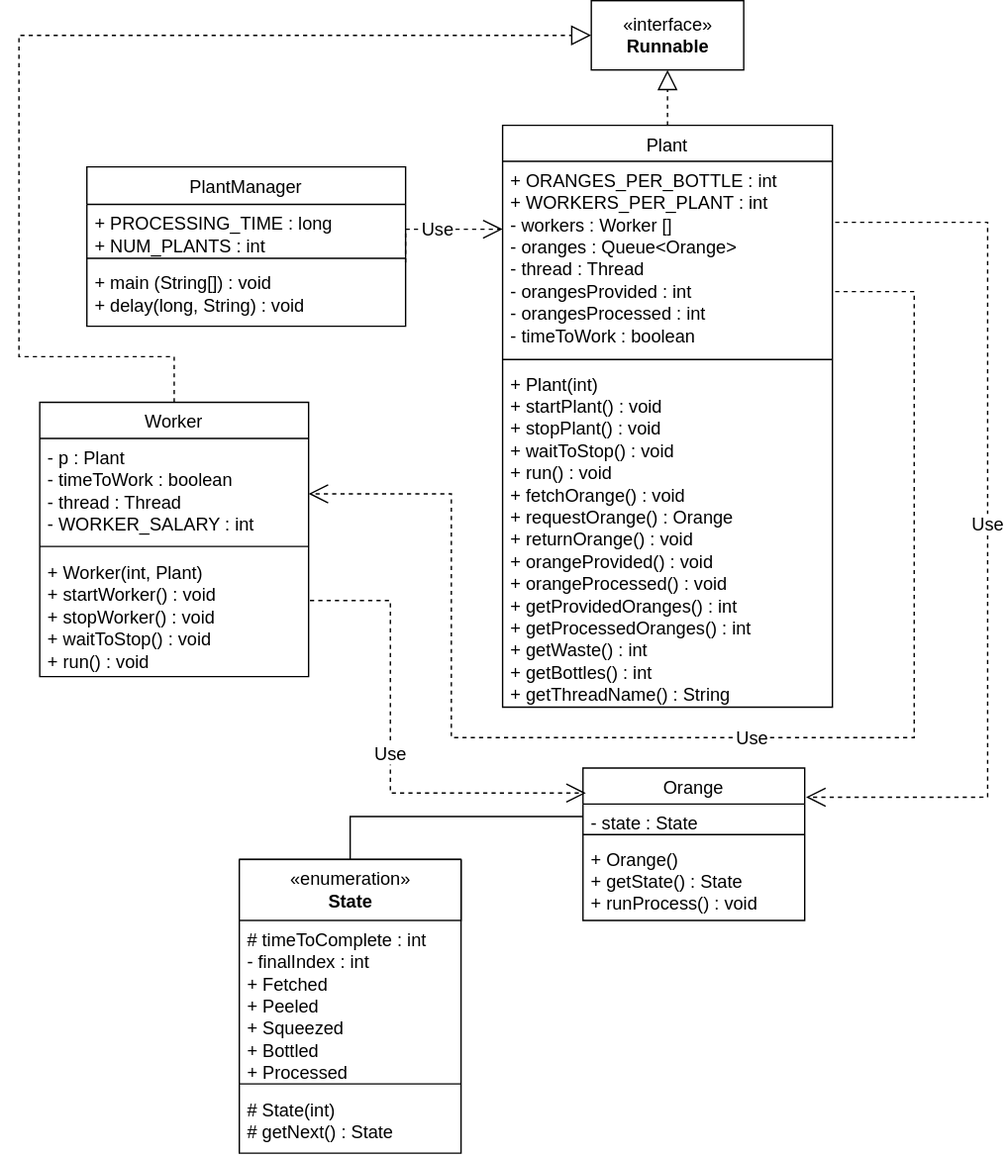
jgrosse01/jgrosse-cs410 keeps this draw.io diagram as Grosse_JuiceBottlerLab/UML_ClassDiagram.drawio.svg. Above is the earlier version. Source tidied: cells renumbered, new cells last; positions are measured from the earlier drawing's top-left corner, leaving out a move shared by most shapes.
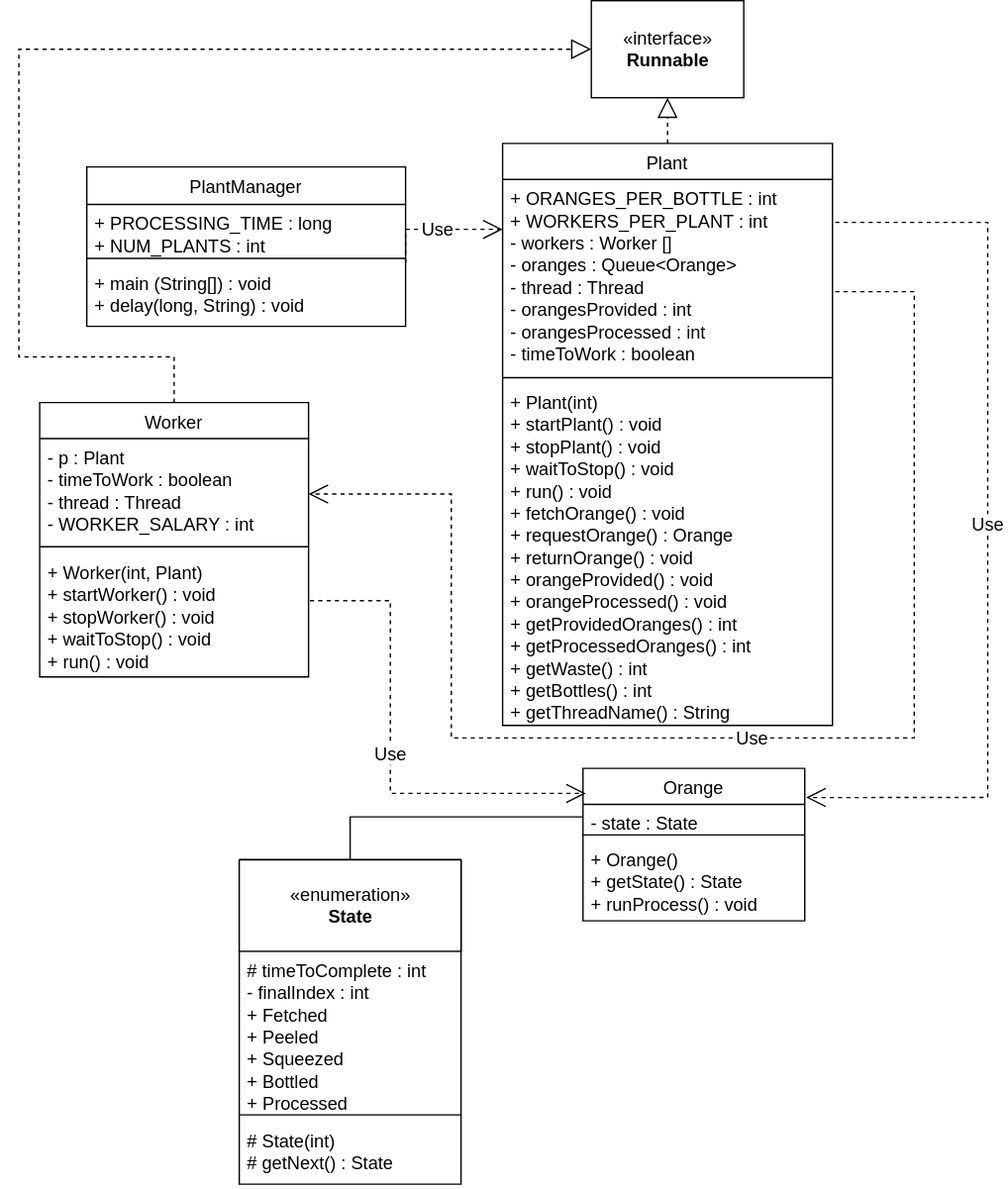
Later version of the same file.

Diff of the diagram source:
```diff
@@ -39,7 +39,7 @@
       <mxGeometry y="109" width="194" height="89" as="geometry" />
     </mxCell>
     <mxCell id="14" value="Plant" style="swimlane;fontStyle=0;align=center;verticalAlign=top;horizontal=1;startSize=26;rounded=0;shadow=0;strokeWidth=1;fontSize=13;" parent="1" vertex="1">
-      <mxGeometry x="349" y="90" width="238" height="420" as="geometry" />
+      <mxGeometry x="349" y="103" width="238" height="420" as="geometry" />
     </mxCell>
     <mxCell id="15" value="+ ORANGES_PER_BOTTLE : int&#10;+ WORKERS_PER_PLANT : int&#10;- workers : Worker []&#10;- oranges : Queue&lt;Orange&gt;&#10;- thread : Thread&#10;- orangesProvided : int&#10;- orangesProcessed : int&#10;- timeToWork : boolean&#10;" style="text;align=left;verticalAlign=top;spacingLeft=4;spacingRight=4;overflow=hidden;fontSize=13;" parent="14" vertex="1">
       <mxGeometry y="26" width="238" height="139" as="geometry" />
@@ -96,34 +96,34 @@
       </mxGeometry>
     </mxCell>
     <mxCell id="23" value="«interface»&lt;br style=&quot;font-size: 13px;&quot;&gt;&lt;b style=&quot;font-size: 13px;&quot;&gt;Runnable&lt;/b&gt;" style="html=1;fontSize=13;" parent="1" vertex="1">
-      <mxGeometry x="413" width="110" height="50" as="geometry" />
+      <mxGeometry x="413" width="110" height="70" as="geometry" />
     </mxCell>
     <mxCell id="24" style="endArrow=block;dashed=1;endFill=0;endSize=12;html=1;rounded=0;edgeStyle=orthogonalEdgeStyle;exitX=0.5;exitY=0;exitDx=0;exitDy=0;entryX=0.5;entryY=1;entryDx=0;entryDy=0;fontSize=13;" parent="1" edge="1" source="14" target="23">
       <mxGeometry relative="1" as="geometry" />
     </mxCell>
-    <mxCell id="25" style="endArrow=block;dashed=1;endFill=0;endSize=12;html=1;rounded=0;edgeStyle=orthogonalEdgeStyle;exitX=0.5;exitY=0;exitDx=0;exitDy=0;fontSize=13;entryX=0;entryY=0.5;entryDx=0;entryDy=0;" parent="1" edge="1" source="10" target="23">
+    <mxCell id="25" style="endArrow=block;dashed=1;endFill=0;endSize=12;html=1;rounded=0;edgeStyle=orthogonalEdgeStyle;exitX=0.5;exitY=0;exitDx=0;exitDy=0;fontSize=13;" parent="1" edge="1" source="10" target="23">
       <mxGeometry relative="1" as="geometry">
         <Array as="points">
           <mxPoint x="112" y="257" />
           <mxPoint y="257" />
-          <mxPoint y="25" />
+          <mxPoint y="35" />
         </Array>
       </mxGeometry>
     </mxCell>
     <mxCell id="26" style="swimlane;fontStyle=0;align=center;verticalAlign=top;horizontal=1;startSize=0;fontSize=13;" parent="1" vertex="1">
-      <mxGeometry x="159" y="620" width="160" height="212" as="geometry" />
+      <mxGeometry x="159" y="620" width="160" height="234" as="geometry" />
     </mxCell>
     <mxCell id="27" value="«enumeration»&lt;br&gt;&lt;b&gt;State&lt;/b&gt;" style="html=1;fontSize=13;" parent="26" vertex="1">
-      <mxGeometry width="160" height="44" as="geometry" />
+      <mxGeometry width="160" height="66" as="geometry" />
     </mxCell>
     <mxCell id="28" value="# timeToComplete : int&#10;- finalIndex : int&#10;+ Fetched&#10;+ Peeled&#10;+ Squeezed&#10;+ Bottled&#10;+ Processed&#10;&#10;&#10;&#10;" style="text;strokeColor=none;fillColor=none;align=left;verticalAlign=top;spacingLeft=4;spacingRight=4;overflow=hidden;fontSize=13;" parent="26" vertex="1">
-      <mxGeometry y="44" width="160" height="113" as="geometry" />
+      <mxGeometry y="66" width="160" height="113" as="geometry" />
     </mxCell>
     <mxCell id="29" style="line;strokeWidth=1;fillColor=none;align=left;verticalAlign=middle;spacingTop=-1;spacingLeft=3;spacingRight=3;labelPosition=right;fontSize=13;" parent="26" vertex="1">
-      <mxGeometry y="157" width="160" height="10" as="geometry" />
+      <mxGeometry y="179" width="160" height="10" as="geometry" />
     </mxCell>
     <mxCell id="30" value="# State(int)&#10;# getNext() : State&#10;" style="text;strokeColor=none;fillColor=none;align=left;verticalAlign=top;spacingLeft=4;spacingRight=4;overflow=hidden;fontSize=13;" parent="26" vertex="1">
-      <mxGeometry y="167" width="160" height="45" as="geometry" />
+      <mxGeometry y="189" width="160" height="45" as="geometry" />
     </mxCell>
   </root>
 </mxGraphModel>
```
